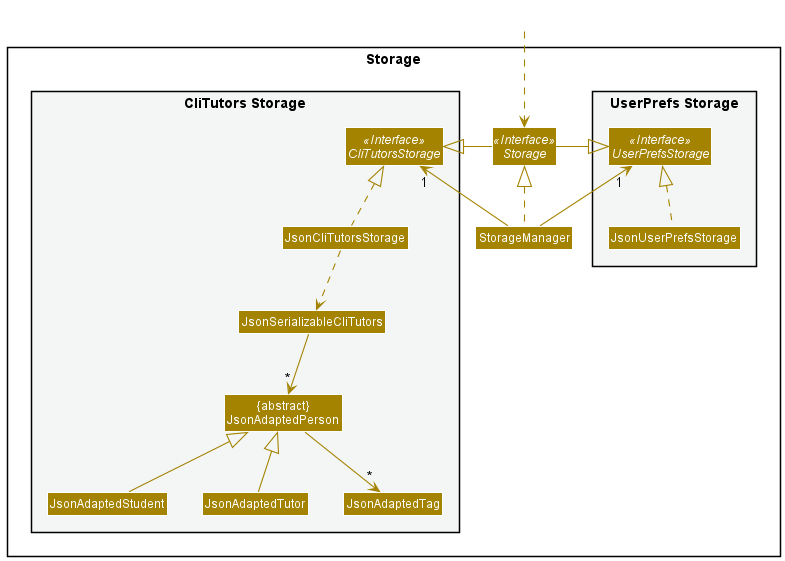
Before: docs/images/StorageClassDiagram.png, a diagram exported from PlantUML (tenebrius1/tp).
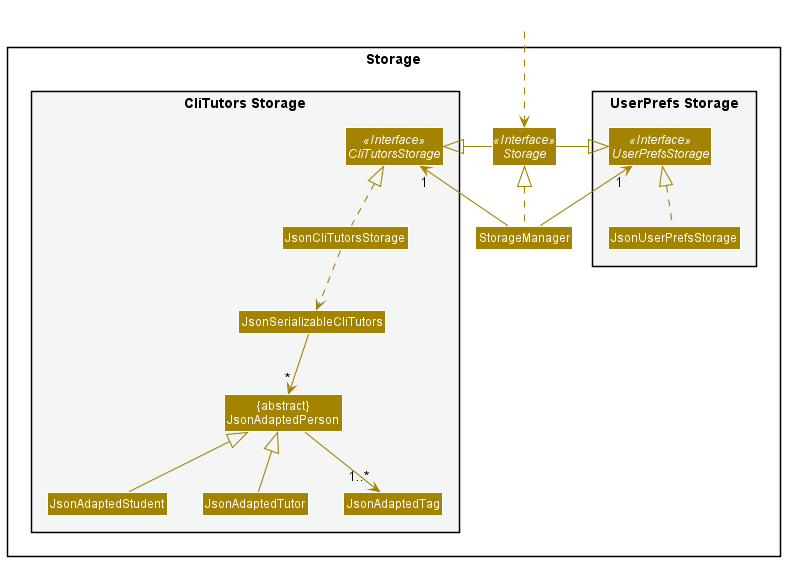
The same file after the commit.

The edit, as a diff of the source:
```diff
@@ -40,6 +40,6 @@
 JsonCliTutorsStorage .up.|> CliTutorsStorage
 JsonCliTutorsStorage ..> JsonSerializableCliTutors
 JsonSerializableCliTutors --> "*" Person
-Person --> "*" JsonAdaptedTag
+Person --> "1..*" JsonAdaptedTag
 
 @enduml
```
